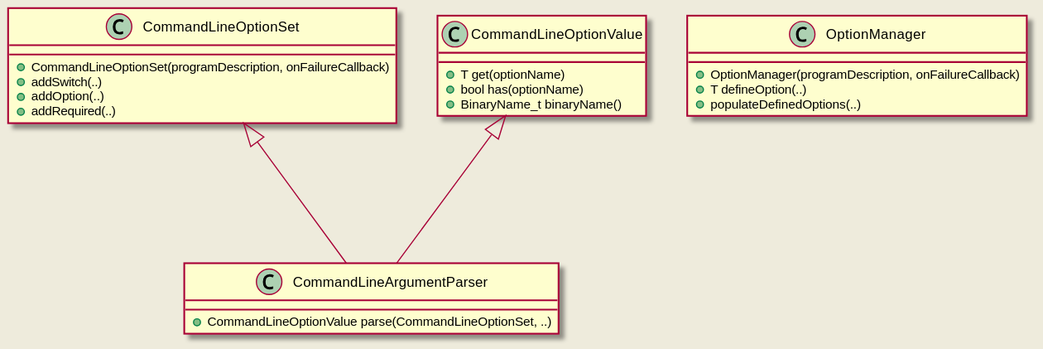
The PlantUML diagram doc/website/images/command_line_parser_class_overview.svg in eclipse-iceoryx/iceoryx, before a commit. Its source is kept beside it as doc/design/diagrams/command_line_parser/command_line_parser_class_overview.puml.
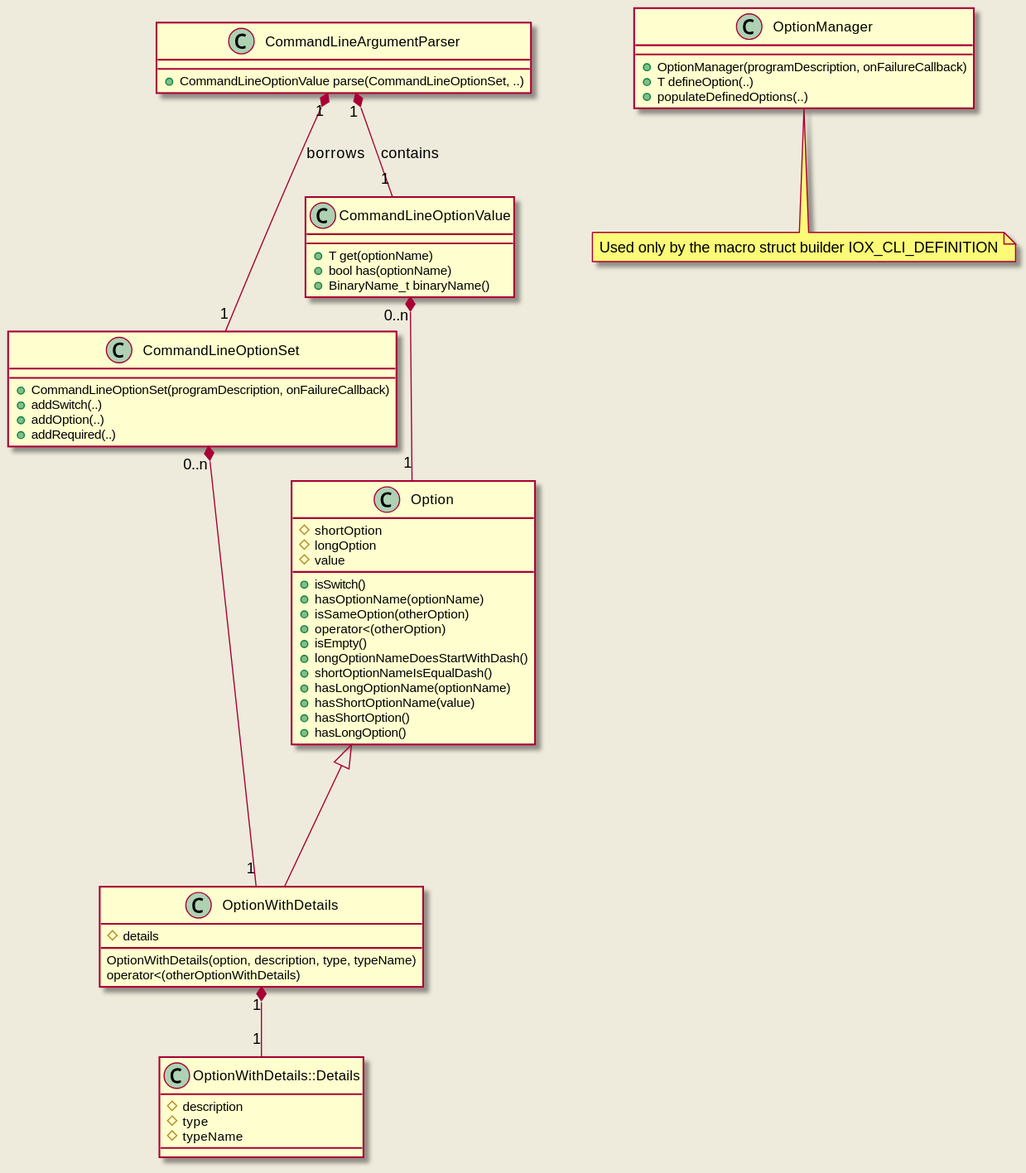
The same file after the commit.

Commit message:
iox-#1067 Update class diagram of command line parser, renamed minus to dash in tests and doxygen docu

The edit, as a diff of the source:
```diff
@@ -17,13 +17,53 @@
     +CommandLineOptionValue parse(CommandLineOptionSet, ..)
 }
 
-CommandLineOptionSet <|--- CommandLineArgumentParser
-CommandLineOptionValue <|--- CommandLineArgumentParser
+class Option {
+    +isSwitch()
+    +hasOptionName(optionName)
+    +isSameOption(otherOption)
+    +operator<(otherOption)
+    +isEmpty()
+    +longOptionNameDoesStartWithDash()
+    +shortOptionNameIsEqualDash()
+    +hasLongOptionName(optionName)
+    +hasShortOptionName(value)
+    +hasShortOption()
+    +hasLongOption()
+    #shortOption
+    #longOption
+    #value
+}
+
+class OptionWithDetails::Details{
+    #description
+    #type
+    #typeName
+}
+
+class OptionWithDetails {
+    OptionWithDetails(option, description, type, typeName)
+    operator<(otherOptionWithDetails)
+
+    #details
+}
+
 
 class OptionManager {
     +OptionManager(programDescription, onFailureCallback)
     +T defineOption(..)
     +populateDefinedOptions(..)
 }
+note "Used only by the macro struct builder IOX_CLI_DEFINITION" as N1
+OptionManager .. N1
+
+
+OptionWithDetails "1" *-- "1" OptionWithDetails::Details
+Option <|--- OptionWithDetails
+
+CommandLineOptionValue "0..n" *-- "1" Option
+CommandLineOptionSet "0..n" *-- "1" OptionWithDetails
+
+CommandLineArgumentParser "1" *-- "1" CommandLineOptionSet : borrows
+CommandLineArgumentParser "1" *-- "1" CommandLineOptionValue : contains
 
 @enduml
```
